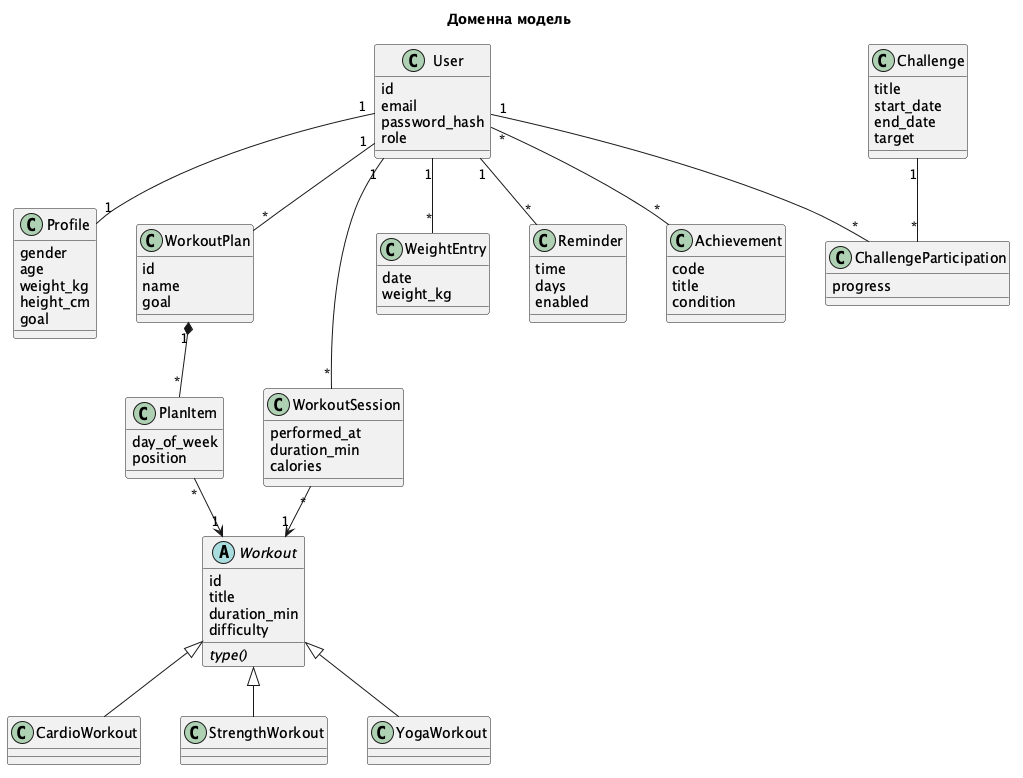
This is docs/class_domain.png from arara100/Gof-fitnes-app, a PlantUML export, as it was before one commit. Its diagram source:
```plantuml
@startuml
skinparam classAttributeIconSize 0
skinparam shadowing false
skinparam nodesep 40
skinparam ranksep 50
title Доменна модель
  class User {
    id
    email
    password_hash
    role
  }
  class Profile {
    gender
    age
    weight_kg
    height_cm
    goal
  }
  abstract class Workout {
    id
    title
    duration_min
    difficulty
    {abstract} type()
  }
  class CardioWorkout
  class StrengthWorkout
  class YogaWorkout
  class WorkoutPlan {
    id
    name
    goal
  }
  class PlanItem {
    day_of_week
    position
  }
  class WorkoutSession {
    performed_at
    duration_min
    calories
  }
  class WeightEntry {
    date
    weight_kg
  }
  class Reminder {
    time
    days
    enabled
  }
  class Achievement {
    code
    title
    condition
  }
  class Challenge {
    title
    start_date
    end_date
    target
  }
  class ChallengeParticipation {
    progress
  }

  Workout <|-- CardioWorkout
  Workout <|-- StrengthWorkout
  Workout <|-- YogaWorkout
  User "1" -- "1" Profile
  User "1" -- "*" WorkoutPlan
  WorkoutPlan "1" *-- "*" PlanItem
  PlanItem "*" --> "1" Workout
  User "1" -- "*" WorkoutSession
  WorkoutSession "*" --> "1" Workout
  User "1" -- "*" WeightEntry
  User "1" -- "*" Reminder
  User "*" -- "*" Achievement
  User "1" -- "*" ChallengeParticipation
  Challenge "1" -- "*" ChallengeParticipation
@enduml
```
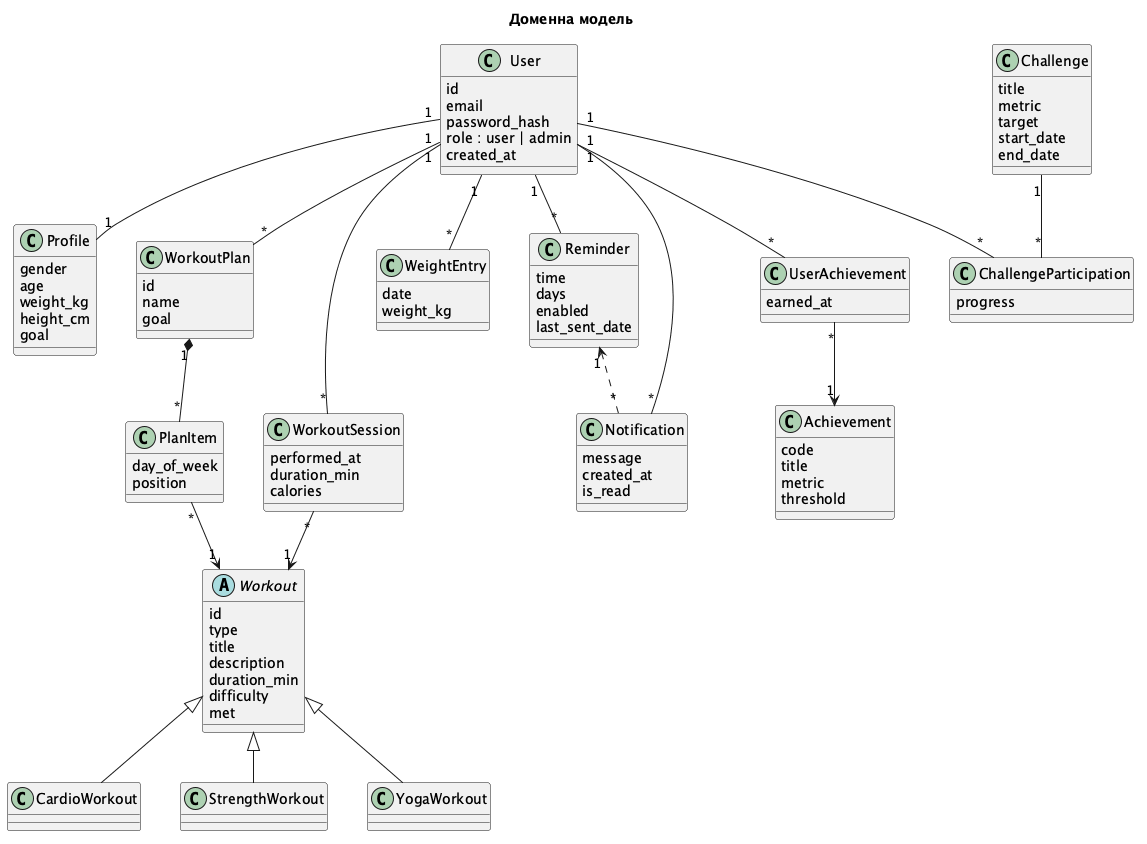
The same diagram one commit later.

Diff of the diagram source:
```diff
@@ -4,79 +4,95 @@
 skinparam nodesep 40
 skinparam ranksep 50
 title Доменна модель
-  class User {
-    id
-    email
-    password_hash
-    role
-  }
-  class Profile {
-    gender
-    age
-    weight_kg
-    height_cm
-    goal
-  }
-  abstract class Workout {
-    id
-    title
-    duration_min
-    difficulty
-    {abstract} type()
-  }
-  class CardioWorkout
-  class StrengthWorkout
-  class YogaWorkout
-  class WorkoutPlan {
-    id
-    name
-    goal
-  }
-  class PlanItem {
-    day_of_week
-    position
-  }
-  class WorkoutSession {
-    performed_at
-    duration_min
-    calories
-  }
-  class WeightEntry {
-    date
-    weight_kg
-  }
-  class Reminder {
-    time
-    days
-    enabled
-  }
-  class Achievement {
-    code
-    title
-    condition
-  }
-  class Challenge {
-    title
-    start_date
-    end_date
-    target
-  }
-  class ChallengeParticipation {
-    progress
-  }
-
-  Workout <|-- CardioWorkout
-  Workout <|-- StrengthWorkout
-  Workout <|-- YogaWorkout
-  User "1" -- "1" Profile
-  User "1" -- "*" WorkoutPlan
-  WorkoutPlan "1" *-- "*" PlanItem
-  PlanItem "*" --> "1" Workout
-  User "1" -- "*" WorkoutSession
-  WorkoutSession "*" --> "1" Workout
-  User "1" -- "*" WeightEntry
-  User "1" -- "*" Reminder
-  User "*" -- "*" Achievement
-  User "1" -- "*" ChallengeParticipation
-  Challenge "1" -- "*" ChallengeParticipation
+class User {
+  id
+  email
+  password_hash
+  role : user | admin
+  created_at
+}
+class Profile {
+  gender
+  age
+  weight_kg
+  height_cm
+  goal
+}
+abstract class Workout {
+  id
+  type
+  title
+  description
+  duration_min
+  difficulty
+  met
+}
+class CardioWorkout
+class StrengthWorkout
+class YogaWorkout
+class WorkoutPlan {
+  id
+  name
+  goal
+}
+class PlanItem {
+  day_of_week
+  position
+}
+class WorkoutSession {
+  performed_at
+  duration_min
+  calories
+}
+class WeightEntry {
+  date
+  weight_kg
+}
+class Reminder {
+  time
+  days
+  enabled
+  last_sent_date
+}
+class Notification {
+  message
+  created_at
+  is_read
+}
+class Achievement {
+  code
+  title
+  metric
+  threshold
+}
+class UserAchievement {
+  earned_at
+}
+class Challenge {
+  title
+  metric
+  target
+  start_date
+  end_date
+}
+class ChallengeParticipation {
+  progress
+}
+Workout <|-- CardioWorkout
+Workout <|-- StrengthWorkout
+Workout <|-- YogaWorkout
+User "1" -- "1" Profile
+User "1" -- "*" WorkoutPlan
+WorkoutPlan "1" *-- "*" PlanItem
+PlanItem "*" --> "1" Workout
+User "1" -- "*" WorkoutSession
+WorkoutSession "*" --> "1" Workout
+User "1" -- "*" WeightEntry
+User "1" -- "*" Reminder
+User "1" -- "*" Notification
+Reminder "1" <.. "*" Notification
+User "1" -- "*" UserAchievement
+UserAchievement "*" --> "1" Achievement
+User "1" -- "*" ChallengeParticipation
+Challenge "1" -- "*" ChallengeParticipation
 @enduml
```
